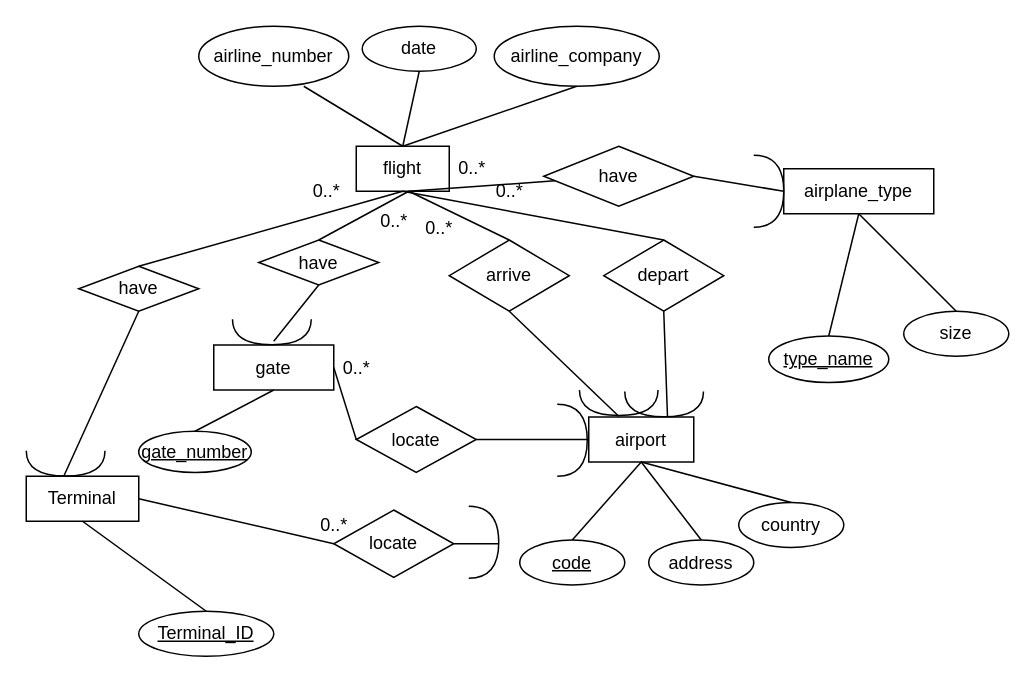
Earlier version of the draw.io diagram HW2.drawio (hyoer0423/learnGit). Source tidied: cells renumbered, new cells numbered last; positions are measured from the earlier drawing's top-left corner, leaving out a move shared by most shapes. Both pictures are drawn from the tidied source at 150%, with x=0, y=0 at pixel (26, 26).
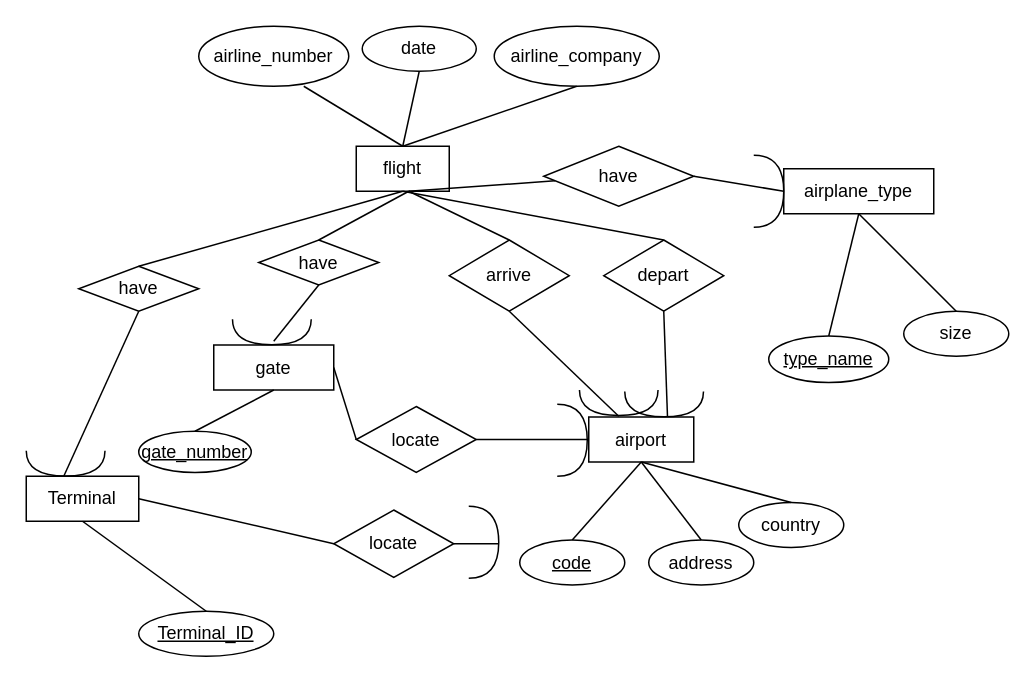
After the change.

What changed in the source:
```diff
@@
-    <mxCell id="32" value="0..*" style="text;html=1;align=center;verticalAlign=middle;strokeColor=none;fillColor=none;" parent="1" vertex="1">
-      <mxGeometry x="190" y="322.5" width="30" height="20" as="geometry" />
-    </mxCell>
-    <mxCell id="33" value="0..*" style="text;html=1;align=center;verticalAlign=middle;strokeColor=none;fillColor=none;" parent="1" vertex="1">
-      <mxGeometry x="205" y="217.5" width="30" height="20" as="geometry" />
-    </mxCell>
@@
-    <mxCell id="37" value="0..*" style="text;html=1;align=center;verticalAlign=middle;strokeColor=none;fillColor=none;" parent="1" vertex="1">
-      <mxGeometry x="230" y="120" width="30" height="20" as="geometry" />
-    </mxCell>
@@
-    <mxCell id="45" value="0..*" style="text;html=1;align=center;verticalAlign=middle;strokeColor=none;fillColor=none;" parent="1" vertex="1">
-      <mxGeometry x="185" y="100" width="30" height="20" as="geometry" />
-    </mxCell>
@@
-    <mxCell id="48" value="0..*" style="text;html=1;align=center;verticalAlign=middle;strokeColor=none;fillColor=none;" parent="1" vertex="1">
-      <mxGeometry x="282" y="85" width="30" height="20" as="geometry" />
-    </mxCell>
@@
-    <mxCell id="60" value="0..*" style="text;html=1;align=center;verticalAlign=middle;strokeColor=none;fillColor=none;" parent="1" vertex="1">
-      <mxGeometry x="307" y="100" width="30" height="20" as="geometry" />
-    </mxCell>
-    <mxCell id="61" value="0..*" style="text;html=1;align=center;verticalAlign=middle;strokeColor=none;fillColor=none;" parent="1" vertex="1">
-      <mxGeometry x="260" y="125" width="30" height="20" as="geometry" />
-    </mxCell>
```
